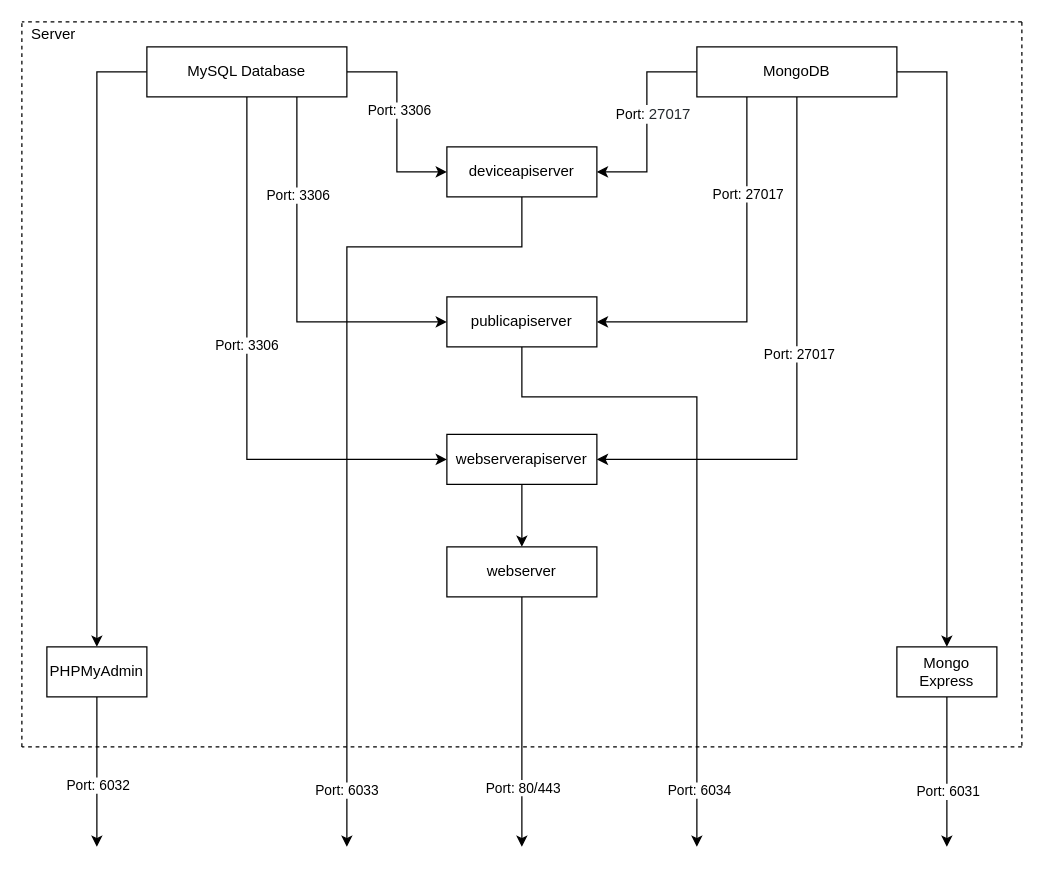
Earlier version of the draw.io diagram docs/architecture.drawio (sashuu69/iot-platform-docker-compose). Source tidied: cells renumbered, new cells numbered last; positions are measured from the earlier drawing's top-left corner, leaving out a move shared by most shapes. Both pictures are drawn from the tidied source at 125%, with x=0, y=0 at pixel (21, 21).
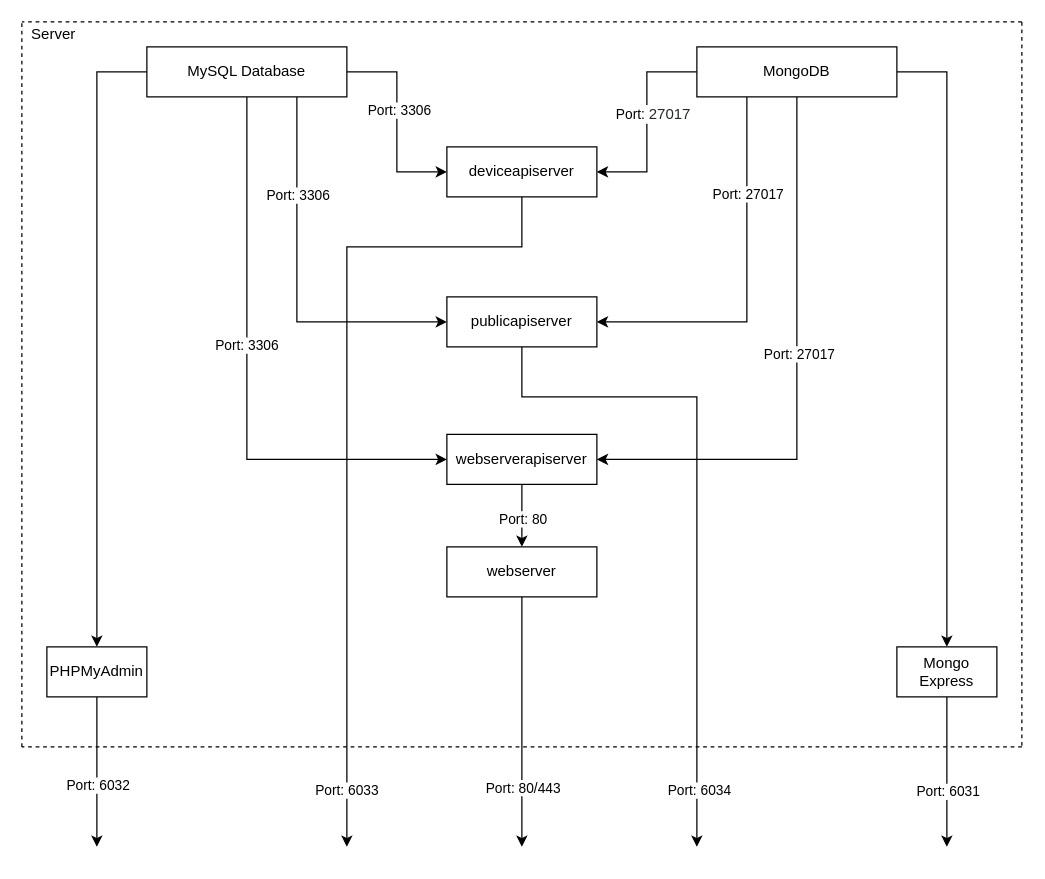
Above is the later version.

The change refers to these unchanged cells:
```xml
<mxCell id="24" style="edgeStyle=orthogonalEdgeStyle;rounded=0;jettySize=auto;html=1;entryX=0.5;entryY=0;entryDx=0;entryDy=0;" parent="1" edge="1" source="25" target="28">
  <mxGeometry relative="1" as="geometry" />
</mxCell>
```

What changed in the source:
```diff
@@
+    <mxCell id="40" value="Port: 80" style="edgeLabel;html=1;align=center;verticalAlign=middle;" parent="24" vertex="1">
+      <mxGeometry x="0.08" relative="1" as="geometry" />
+    </mxCell>
```
